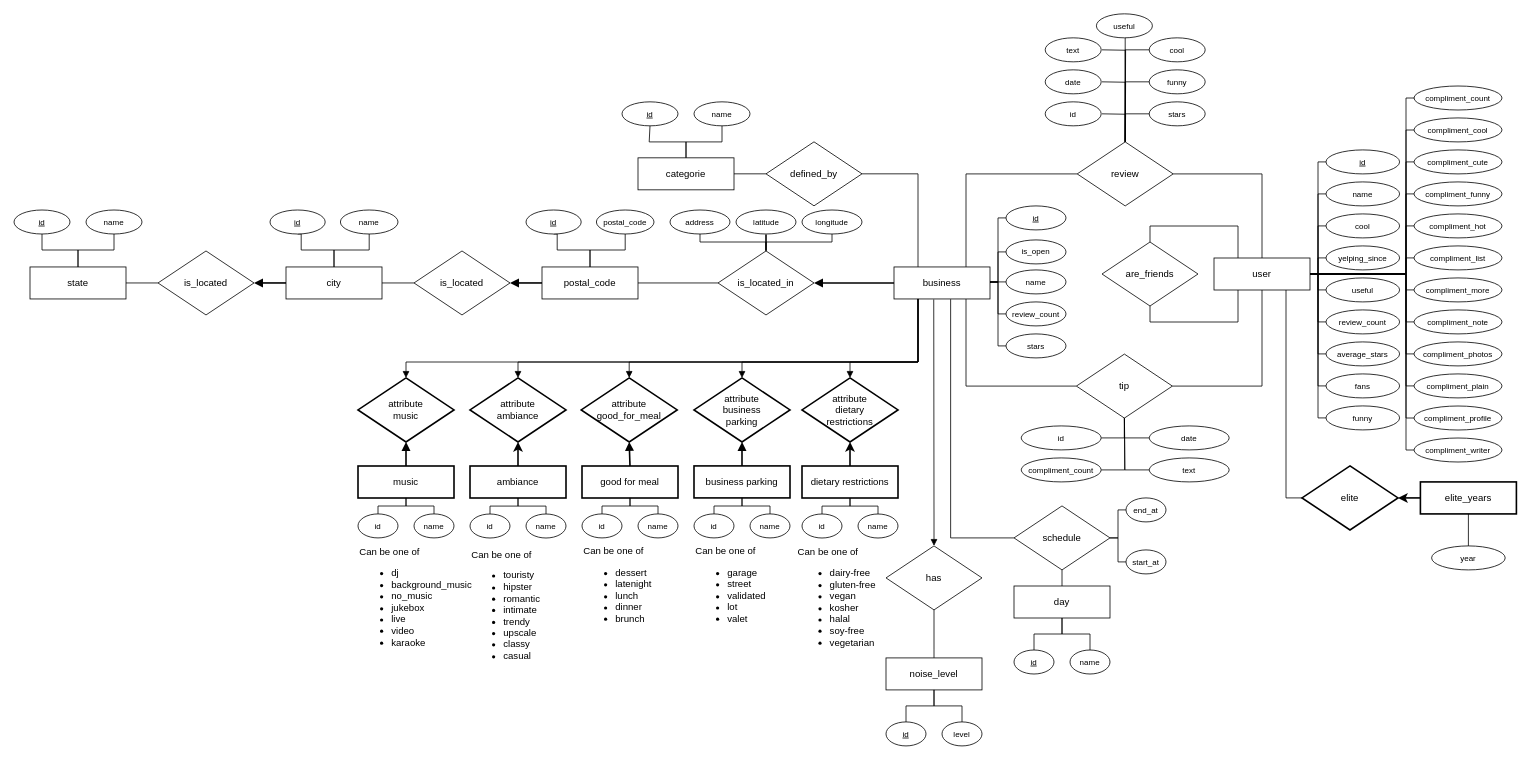
The draw.io diagram schema.drawio in Ph0tonic/Intro2DataBase, before the edit. Source tidied: cells renumbered, new cells numbered last; positions are measured from the earlier drawing's top-left corner, leaving out a move shared by most shapes. Both pictures are drawn from the tidied source at 80%, with x=0, y=0 at pixel (14, 14).
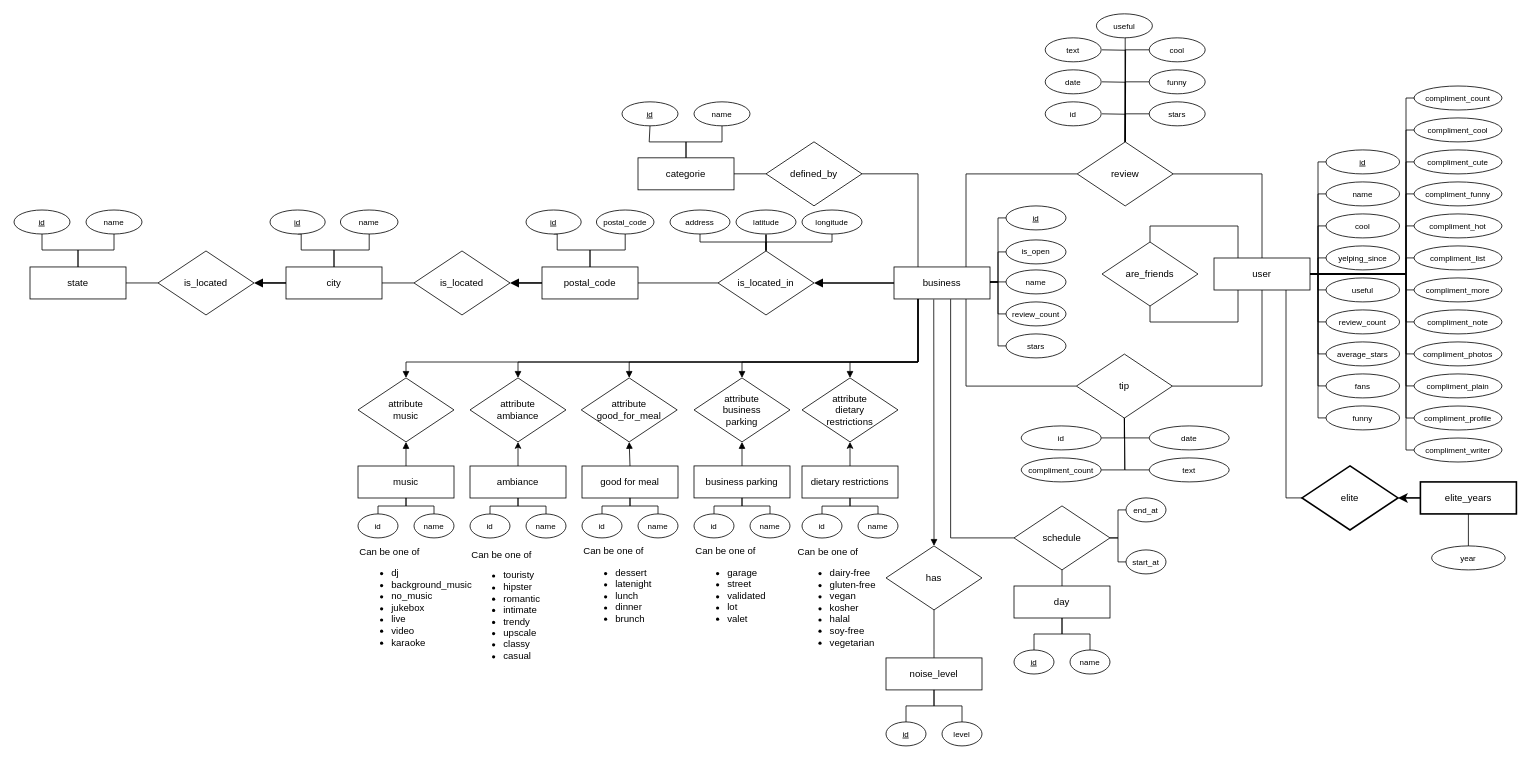
After the change.

Commit message:
Removes weak entities on business attributes

The edit, as a diff of the source:
```diff
@@
-    <mxCell id="40" style="edgeStyle=orthogonalEdgeStyle;rounded=0;jettySize=auto;html=1;exitX=0.5;exitY=0;exitDx=0;exitDy=0;entryX=0.5;entryY=1;entryDx=0;entryDy=0;startArrow=none;startFill=0;endArrow=block;endFill=1;strokeWidth=2;" parent="1" edge="1" source="41" target="117">
+    <mxCell id="40" style="edgeStyle=orthogonalEdgeStyle;rounded=0;jettySize=auto;html=1;exitX=0.5;exitY=0;exitDx=0;exitDy=0;entryX=0.5;entryY=1;entryDx=0;entryDy=0;startArrow=none;startFill=0;endArrow=block;endFill=1;strokeWidth=1;" parent="1" edge="1" source="41" target="117">
       <mxGeometry relative="1" as="geometry">
         <Array as="points">
           <mxPoint x="910" y="564.9" />
           <mxPoint x="910" y="564.9" />
         </Array>
       </mxGeometry>
     </mxCell>
-    <mxCell id="41" value="business parking" style="rounded=0;whiteSpace=wrap;html=1;strokeWidth=2;" parent="1" vertex="1">
+    <mxCell id="41" value="business parking" style="rounded=0;whiteSpace=wrap;html=1;strokeWidth=1;" parent="1" vertex="1">
       <mxGeometry x="850" y="564.9" width="120" height="40" as="geometry" />
     </mxCell>
-    <mxCell id="42" style="edgeStyle=orthogonalEdgeStyle;rounded=0;jettySize=auto;html=1;exitX=0.5;exitY=0;exitDx=0;exitDy=0;startArrow=none;startFill=0;endArrow=block;endFill=1;strokeWidth=2;entryX=0.5;entryY=1;entryDx=0;entryDy=0;" parent="1" edge="1" source="43" target="112">
+    <mxCell id="42" style="edgeStyle=orthogonalEdgeStyle;rounded=0;jettySize=auto;html=1;exitX=0.5;exitY=0;exitDx=0;exitDy=0;startArrow=none;startFill=0;endArrow=block;endFill=1;strokeWidth=1;entryX=0.5;entryY=1;entryDx=0;entryDy=0;" parent="1" edge="1" source="43" target="112">
       <mxGeometry relative="1" as="geometry" />
     </mxCell>
-    <mxCell id="43" value="music" style="rounded=0;whiteSpace=wrap;html=1;gradientColor=none;strokeWidth=2;" parent="1" vertex="1">
+    <mxCell id="43" value="music" style="rounded=0;whiteSpace=wrap;html=1;gradientColor=none;strokeWidth=1;" parent="1" vertex="1">
       <mxGeometry x="430" y="565" width="120" height="40" as="geometry" />
     </mxCell>
-    <mxCell id="44" style="edgeStyle=orthogonalEdgeStyle;rounded=0;jettySize=auto;html=1;exitX=0.5;exitY=0;exitDx=0;exitDy=0;entryX=0.5;entryY=1;entryDx=0;entryDy=0;endArrow=classic;endFill=1;strokeWidth=2;" parent="1" edge="1" source="45" target="113">
+    <mxCell id="44" style="edgeStyle=orthogonalEdgeStyle;rounded=0;jettySize=auto;html=1;exitX=0.5;exitY=0;exitDx=0;exitDy=0;entryX=0.5;entryY=1;entryDx=0;entryDy=0;endArrow=classic;endFill=1;strokeWidth=1;" parent="1" edge="1" source="45" target="113">
       <mxGeometry relative="1" as="geometry" />
     </mxCell>
-    <mxCell id="45" value="ambiance" style="rounded=0;whiteSpace=wrap;html=1;strokeWidth=2;" parent="1" vertex="1">
+    <mxCell id="45" value="ambiance" style="rounded=0;whiteSpace=wrap;html=1;strokeWidth=1;" parent="1" vertex="1">
       <mxGeometry x="570" y="565" width="120" height="40" as="geometry" />
     </mxCell>
-    <mxCell id="46" value="&lt;div&gt;good for meal&lt;/div&gt;" style="rounded=0;whiteSpace=wrap;html=1;strokeWidth=2;" parent="1" vertex="1">
+    <mxCell id="46" value="&lt;div&gt;good for meal&lt;/div&gt;" style="rounded=0;whiteSpace=wrap;html=1;strokeWidth=1;" parent="1" vertex="1">
       <mxGeometry x="710" y="565" width="120" height="40" as="geometry" />
     </mxCell>
-    <mxCell id="47" style="edgeStyle=orthogonalEdgeStyle;rounded=0;jettySize=auto;html=1;exitX=0.5;exitY=0;exitDx=0;exitDy=0;entryX=0.5;entryY=1;entryDx=0;entryDy=0;endArrow=classic;endFill=1;strokeWidth=2;" parent="1" edge="1" source="48" target="119">
+    <mxCell id="47" style="edgeStyle=orthogonalEdgeStyle;rounded=0;jettySize=auto;html=1;exitX=0.5;exitY=0;exitDx=0;exitDy=0;entryX=0.5;entryY=1;entryDx=0;entryDy=0;endArrow=classic;endFill=1;strokeWidth=1;" parent="1" edge="1" source="48" target="119">
       <mxGeometry relative="1" as="geometry" />
     </mxCell>
-    <mxCell id="48" value="dietary restrictions" style="rounded=0;whiteSpace=wrap;html=1;strokeWidth=2;" parent="1" vertex="1">
+    <mxCell id="48" value="dietary restrictions" style="rounded=0;whiteSpace=wrap;html=1;strokeWidth=1;" parent="1" vertex="1">
       <mxGeometry x="985" y="565" width="120" height="40" as="geometry" />
     </mxCell>
@@
-    <mxCell id="53" style="edgeStyle=orthogonalEdgeStyle;rounded=0;jettySize=auto;html=1;exitX=0.5;exitY=1;exitDx=0;exitDy=0;startArrow=block;startFill=1;endArrow=none;endFill=0;strokeWidth=2;entryX=0.5;entryY=0;entryDx=0;entryDy=0;" parent="1" edge="1" source="115" target="46">
+    <mxCell id="53" style="edgeStyle=orthogonalEdgeStyle;rounded=0;jettySize=auto;html=1;exitX=0.5;exitY=1;exitDx=0;exitDy=0;startArrow=block;startFill=1;endArrow=none;endFill=0;strokeWidth=1;entryX=0.5;entryY=0;entryDx=0;entryDy=0;" parent="1" edge="1" source="115" target="46">
       <mxGeometry relative="1" as="geometry">
         <Array as="points">
           <mxPoint x="769" y="565" />
         </Array>
       </mxGeometry>
     </mxCell>
@@
-    <mxCell id="112" value="&lt;div&gt;attribute&lt;/div&gt;&lt;div&gt;music&lt;br&gt;&lt;/div&gt;" style="rhombus;whiteSpace=wrap;html=1;strokeWidth=2;gradientColor=none;" parent="1" vertex="1">
+    <mxCell id="112" value="&lt;div&gt;attribute&lt;/div&gt;&lt;div&gt;music&lt;br&gt;&lt;/div&gt;" style="rhombus;whiteSpace=wrap;html=1;strokeWidth=1;gradientColor=none;" parent="1" vertex="1">
       <mxGeometry x="430" y="454.9" width="120" height="80" as="geometry" />
     </mxCell>
-    <mxCell id="113" value="&lt;div&gt;attribute&lt;/div&gt;&lt;div&gt;ambiance&lt;br&gt;&lt;/div&gt;" style="rhombus;whiteSpace=wrap;html=1;strokeWidth=2;gradientColor=none;" parent="1" vertex="1">
+    <mxCell id="113" value="&lt;div&gt;attribute&lt;/div&gt;&lt;div&gt;ambiance&lt;br&gt;&lt;/div&gt;" style="rhombus;whiteSpace=wrap;html=1;strokeWidth=1;gradientColor=none;" parent="1" vertex="1">
       <mxGeometry x="570" y="454.9" width="120" height="80" as="geometry" />
     </mxCell>
@@
-    <mxCell id="115" value="&lt;div&gt;attribute&lt;/div&gt;&lt;div&gt;good_for_meal&lt;br&gt;&lt;/div&gt;" style="rhombus;whiteSpace=wrap;html=1;strokeWidth=2;gradientColor=none;" parent="1" vertex="1">
+    <mxCell id="115" value="&lt;div&gt;attribute&lt;/div&gt;&lt;div&gt;good_for_meal&lt;br&gt;&lt;/div&gt;" style="rhombus;whiteSpace=wrap;html=1;strokeWidth=1;gradientColor=none;" parent="1" vertex="1">
       <mxGeometry x="709" y="454.9" width="120" height="80" as="geometry" />
     </mxCell>
@@
-    <mxCell id="117" value="&lt;div&gt;attribute&lt;/div&gt;&lt;div&gt;business&lt;/div&gt;&lt;div&gt;parking&lt;br&gt;&lt;/div&gt;" style="rhombus;whiteSpace=wrap;html=1;strokeWidth=2;gradientColor=none;" parent="1" vertex="1">
+    <mxCell id="117" value="&lt;div&gt;attribute&lt;/div&gt;&lt;div&gt;business&lt;/div&gt;&lt;div&gt;parking&lt;br&gt;&lt;/div&gt;" style="rhombus;whiteSpace=wrap;html=1;strokeWidth=1;gradientColor=none;" parent="1" vertex="1">
       <mxGeometry x="850" y="454.9" width="120" height="80" as="geometry" />
     </mxCell>
@@
-    <mxCell id="119" value="&lt;div&gt;attribute&lt;/div&gt;&lt;div&gt;dietary&lt;/div&gt;&lt;div&gt;restrictions&lt;/div&gt;" style="rhombus;whiteSpace=wrap;html=1;strokeWidth=2;gradientColor=none;" parent="1" vertex="1">
+    <mxCell id="119" value="&lt;div&gt;attribute&lt;/div&gt;&lt;div&gt;dietary&lt;/div&gt;&lt;div&gt;restrictions&lt;/div&gt;" style="rhombus;whiteSpace=wrap;html=1;strokeWidth=1;gradientColor=none;" parent="1" vertex="1">
       <mxGeometry x="985" y="454.9" width="120" height="80" as="geometry" />
     </mxCell>
```
